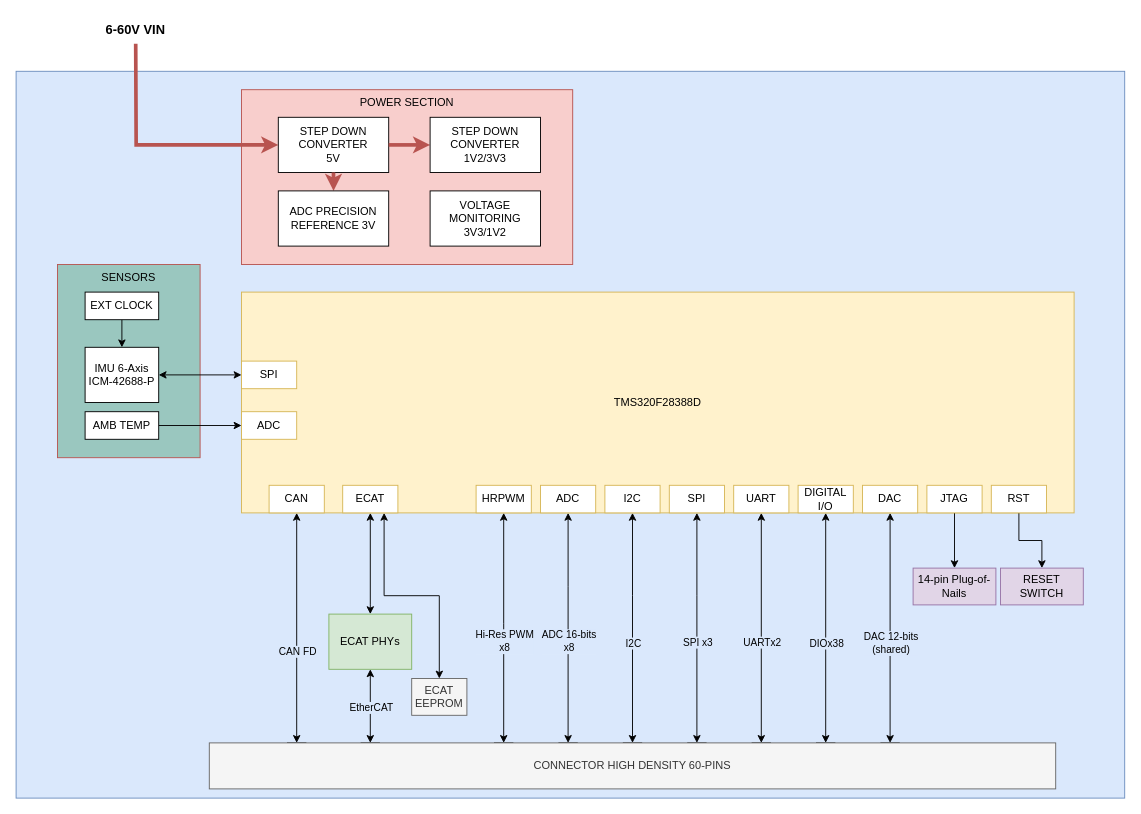
Earlier version of the draw.io diagram Architecture.drawio (ihmcrobotics/ihmc-ethersnacks-board-hardware). Source tidied: cells renumbered, new cells numbered last; positions are measured from the earlier drawing's top-left corner, leaving out a move shared by most shapes. Both pictures are drawn from the tidied source at 92%, with x=0, y=0 at pixel (16, 16).
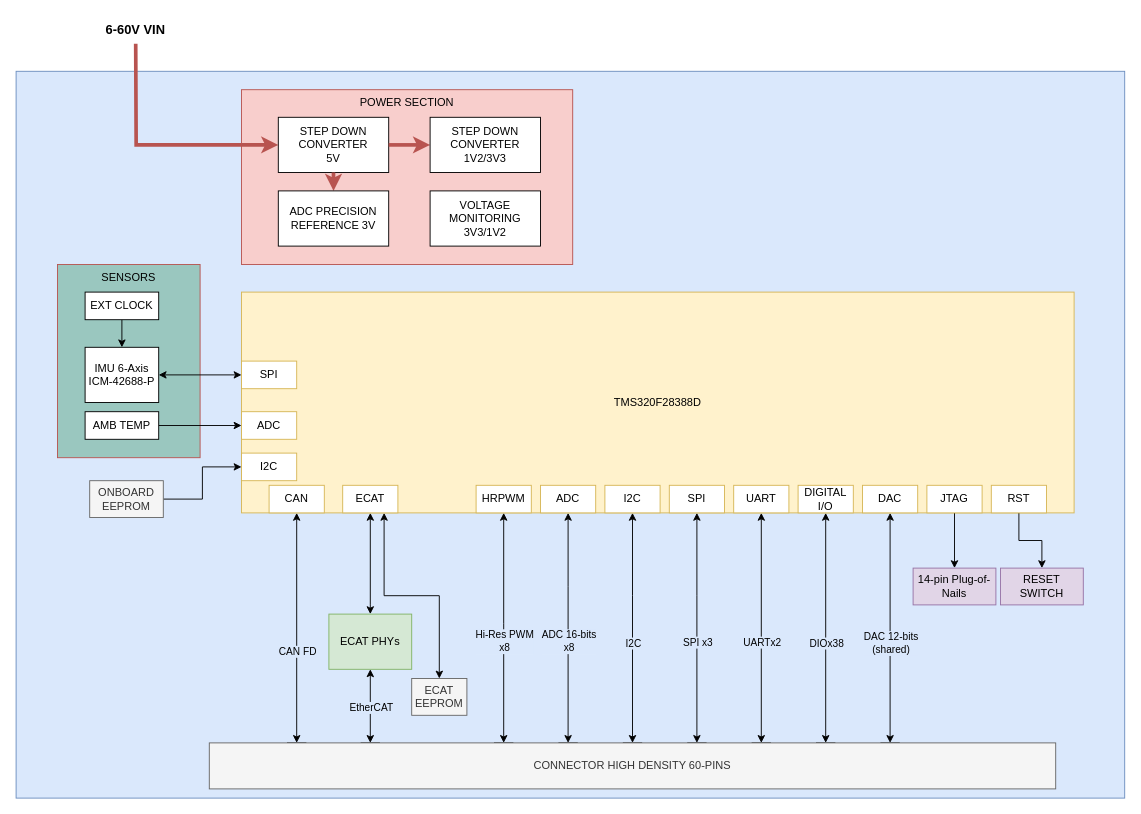
The same diagram, later.

What changed in the source:
```diff
@@
+    <mxCell id="69" style="edgeStyle=orthogonalEdgeStyle;rounded=0;jettySize=auto;html=1;exitX=1;exitY=0.5;exitDx=0;exitDy=0;entryX=0;entryY=0.5;entryDx=0;entryDy=0;" parent="1" edge="1" source="70" target="71">
+      <mxGeometry relative="1" as="geometry" />
+    </mxCell>
+    <mxCell id="70" value="ONBOARD&lt;br&gt;EEPROM" style="rounded=0;whiteSpace=wrap;html=1;fillColor=#f5f5f5;strokeColor=#666666;fontColor=#333333;" parent="1" vertex="1">
+      <mxGeometry x="80" y="505" width="80" height="40" as="geometry" />
+    </mxCell>
+    <mxCell id="71" value="I2C" style="rounded=0;whiteSpace=wrap;html=1;strokeColor=#d6b656;fillColor=#FFFFFF;" parent="1" vertex="1">
+      <mxGeometry x="245" y="475" width="60" height="30" as="geometry" />
+    </mxCell>
```
